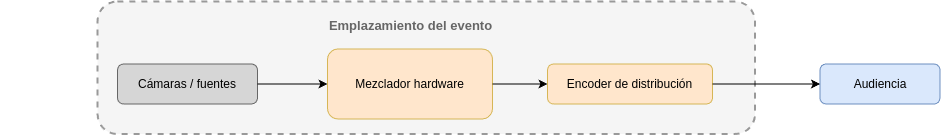
This is drawio_sources/produccion_tradicional.png from martin1210235/voctomix-2.0, a draw.io export, as it was before one commit. Source tidied: cells renumbered, new cells last; positions are measured from the earlier drawing's top-left corner, leaving out a move shared by most shapes. Source of this version:
```xml
<mxGraphModel>
  <root>
    <mxCell id="0" />
    <mxCell id="1" parent="0" />
    <mxCell id="2" style="rounded=1;whiteSpace=wrap;html=1;dashed=1;strokeColor=#999999;fillColor=#f5f5f5;strokeWidth=2;" parent="1" vertex="1">
      <mxGeometry x="98" width="657.5" height="132.5" as="geometry" />
    </mxCell>
    <mxCell id="3" value="Emplazamiento del evento" style="text;html=1;strokeColor=none;fillColor=none;align=center;fontStyle=1;fontSize=13;fontColor=#666666;" parent="1" vertex="1">
      <mxGeometry x="0.5" y="10" width="820" height="30" as="geometry" />
    </mxCell>
    <mxCell id="4" value="&lt;font style=&quot;font-size: 12px;&quot;&gt;Cámaras / fuentes&lt;/font&gt;" style="rounded=1;whiteSpace=wrap;html=1;fillColor=#d6d6d6;strokeColor=#666666;fontSize=10;" parent="1" vertex="1">
      <mxGeometry x="118" y="62.5" width="140" height="40" as="geometry" />
    </mxCell>
    <mxCell id="5" value="&lt;font style=&quot;font-size: 12px;&quot;&gt;Mezclador hardware&lt;/font&gt;" style="rounded=1;whiteSpace=wrap;html=1;fillColor=#FFE6CC;strokeColor=#d6b656;fontSize=10;" parent="1" vertex="1">
      <mxGeometry x="328" y="47.5" width="165" height="70" as="geometry" />
    </mxCell>
    <mxCell id="6" value="&lt;font style=&quot;font-size: 12px;&quot;&gt;Encoder de distribución&lt;/font&gt;" style="rounded=1;whiteSpace=wrap;html=1;fillColor=#FFE6CC;strokeColor=#d6b656;fontSize=10;" parent="1" vertex="1">
      <mxGeometry x="548" y="62.5" width="165" height="40" as="geometry" />
    </mxCell>
    <mxCell id="7" value="&lt;font style=&quot;font-size: 12px;&quot;&gt;Audiencia&lt;/font&gt;" style="rounded=1;whiteSpace=wrap;html=1;fillColor=#dae8fc;strokeColor=#6c8ebf;fontSize=10;" parent="1" vertex="1">
      <mxGeometry x="820.5" y="62.5" width="120" height="40" as="geometry" />
    </mxCell>
    <mxCell id="8" style="edgeStyle=orthogonalEdgeStyle;fontSize=9;" parent="1" edge="1" source="4" target="5">
      <mxGeometry relative="1" as="geometry" />
    </mxCell>
    <mxCell id="9" style="edgeStyle=orthogonalEdgeStyle;" parent="1" edge="1" source="5" target="6">
      <mxGeometry relative="1" as="geometry" />
    </mxCell>
    <mxCell id="10" style="edgeStyle=orthogonalEdgeStyle;" parent="1" edge="1" source="6" target="7">
      <mxGeometry relative="1" as="geometry" />
    </mxCell>
  </root>
</mxGraphModel>
```
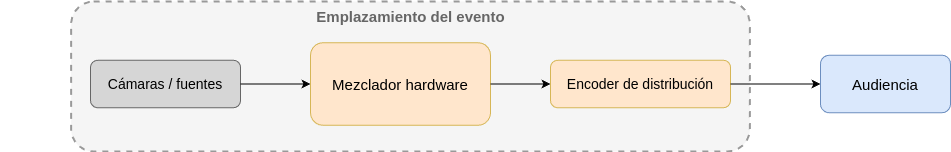
Later version of the same file.

Commit message:
docs(cap2): update traditional production diagram — cleaner layout

What changed in the source:
```diff
@@ -2,31 +2,31 @@
   <root>
     <mxCell id="0" />
     <mxCell id="1" parent="0" />
-    <mxCell id="2" style="rounded=1;whiteSpace=wrap;html=1;dashed=1;strokeColor=#999999;fillColor=#f5f5f5;strokeWidth=2;" parent="1" vertex="1">
-      <mxGeometry x="98" width="657.5" height="132.5" as="geometry" />
+    <mxCell id="2" style="rounded=1;whiteSpace=wrap;html=1;dashed=1;strokeColor=#999999;fillColor=#f5f5f5;strokeWidth=2;fontSize=13;" parent="1" vertex="1">
+      <mxGeometry x="58.6" width="678.8" height="150" as="geometry" />
     </mxCell>
-    <mxCell id="3" value="Emplazamiento del evento" style="text;html=1;strokeColor=none;fillColor=none;align=center;fontStyle=1;fontSize=13;fontColor=#666666;" parent="1" vertex="1">
-      <mxGeometry x="0.5" y="10" width="820" height="30" as="geometry" />
+    <mxCell id="3" value="&lt;font style=&quot;font-size: 15px;&quot;&gt;Emplazamiento del evento&lt;/font&gt;" style="text;html=1;strokeColor=none;fillColor=none;align=center;fontStyle=1;fontSize=13;fontColor=#666666;" parent="1" vertex="1">
+      <mxGeometry x="-12" width="820" height="30" as="geometry" />
     </mxCell>
-    <mxCell id="4" value="&lt;font style=&quot;font-size: 12px;&quot;&gt;Cámaras / fuentes&lt;/font&gt;" style="rounded=1;whiteSpace=wrap;html=1;fillColor=#d6d6d6;strokeColor=#666666;fontSize=10;" parent="1" vertex="1">
-      <mxGeometry x="118" y="62.5" width="140" height="40" as="geometry" />
+    <mxCell id="4" value="&lt;font style=&quot;font-size: 14px;&quot;&gt;Cámaras / fuentes&lt;/font&gt;" style="rounded=1;whiteSpace=wrap;html=1;fillColor=#d6d6d6;strokeColor=#666666;fontSize=13;" parent="1" vertex="1">
+      <mxGeometry x="78" y="58.8" width="150" height="47.5" as="geometry" />
     </mxCell>
-    <mxCell id="5" value="&lt;font style=&quot;font-size: 12px;&quot;&gt;Mezclador hardware&lt;/font&gt;" style="rounded=1;whiteSpace=wrap;html=1;fillColor=#FFE6CC;strokeColor=#d6b656;fontSize=10;" parent="1" vertex="1">
-      <mxGeometry x="328" y="47.5" width="165" height="70" as="geometry" />
+    <mxCell id="5" value="&lt;font style=&quot;font-size: 15px;&quot;&gt;Mezclador hardware&lt;/font&gt;" style="rounded=1;whiteSpace=wrap;html=1;fillColor=#FFE6CC;strokeColor=#d6b656;fontSize=13;" parent="1" vertex="1">
+      <mxGeometry x="298" y="41.2" width="180" height="82.5" as="geometry" />
     </mxCell>
-    <mxCell id="6" value="&lt;font style=&quot;font-size: 12px;&quot;&gt;Encoder de distribución&lt;/font&gt;" style="rounded=1;whiteSpace=wrap;html=1;fillColor=#FFE6CC;strokeColor=#d6b656;fontSize=10;" parent="1" vertex="1">
-      <mxGeometry x="548" y="62.5" width="165" height="40" as="geometry" />
+    <mxCell id="6" value="&lt;font style=&quot;font-size: 14px;&quot;&gt;Encoder de distribución&lt;/font&gt;" style="rounded=1;whiteSpace=wrap;html=1;fillColor=#FFE6CC;strokeColor=#d6b656;fontSize=13;" parent="1" vertex="1">
+      <mxGeometry x="538" y="58.8" width="180" height="47.5" as="geometry" />
     </mxCell>
-    <mxCell id="7" value="&lt;font style=&quot;font-size: 12px;&quot;&gt;Audiencia&lt;/font&gt;" style="rounded=1;whiteSpace=wrap;html=1;fillColor=#dae8fc;strokeColor=#6c8ebf;fontSize=10;" parent="1" vertex="1">
-      <mxGeometry x="820.5" y="62.5" width="120" height="40" as="geometry" />
+    <mxCell id="7" value="&lt;font style=&quot;font-size: 15px;&quot;&gt;Audiencia&lt;/font&gt;" style="rounded=1;whiteSpace=wrap;html=1;fillColor=#dae8fc;strokeColor=#6c8ebf;fontSize=13;" parent="1" vertex="1">
+      <mxGeometry x="808" y="53.8" width="130" height="57.5" as="geometry" />
     </mxCell>
-    <mxCell id="8" style="edgeStyle=orthogonalEdgeStyle;fontSize=9;" parent="1" edge="1" source="4" target="5">
+    <mxCell id="8" style="edgeStyle=orthogonalEdgeStyle;fontSize=13;" parent="1" edge="1" source="4" target="5">
       <mxGeometry relative="1" as="geometry" />
     </mxCell>
-    <mxCell id="9" style="edgeStyle=orthogonalEdgeStyle;" parent="1" edge="1" source="5" target="6">
+    <mxCell id="9" style="edgeStyle=orthogonalEdgeStyle;fontSize=13;" parent="1" edge="1" source="5" target="6">
       <mxGeometry relative="1" as="geometry" />
     </mxCell>
-    <mxCell id="10" style="edgeStyle=orthogonalEdgeStyle;" parent="1" edge="1" source="6" target="7">
+    <mxCell id="10" style="edgeStyle=orthogonalEdgeStyle;fontSize=13;" parent="1" edge="1" source="6" target="7">
       <mxGeometry relative="1" as="geometry" />
     </mxCell>
   </root>
```
